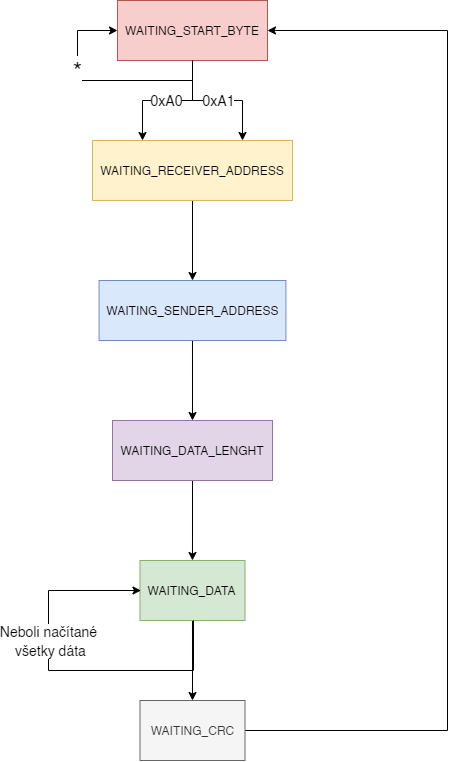
Before: doc/html/Stavovydiagram-Page-2.png, a diagram exported from draw.io (simcatko/Semestralna_praca_Vytah). Source tidied: cells renumbered, new cells last; positions are measured from the earlier drawing's top-left corner, leaving out a move shared by most shapes.
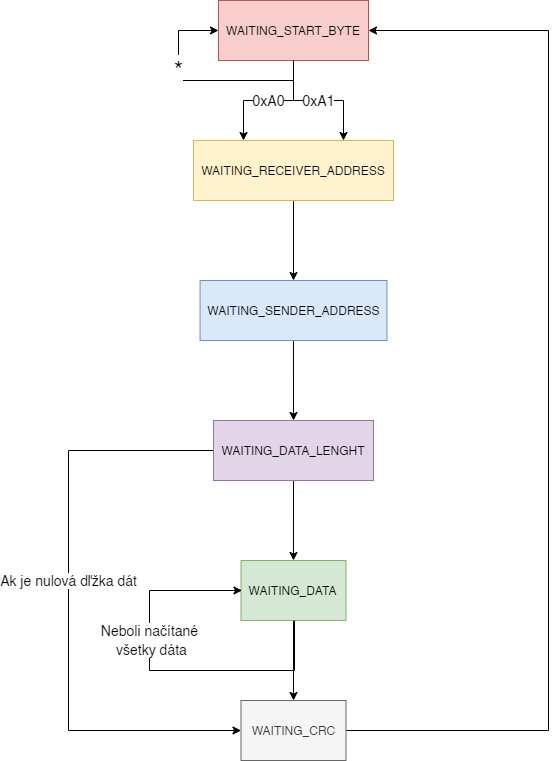
After the commit.

Commit message:
uprava diagramu

What changed in the source:
```diff
@@ -22,6 +22,14 @@
     <mxCell id="6" style="edgeStyle=orthogonalEdgeStyle;rounded=0;jettySize=auto;html=1;exitX=0.5;exitY=1;exitDx=0;exitDy=0;entryX=0.5;entryY=0;entryDx=0;entryDy=0;" parent="1" edge="1" source="7" target="12">
       <mxGeometry relative="1" as="geometry" />
     </mxCell>
+    <mxCell id="18" value="&lt;font style=&quot;font-size: 14px&quot;&gt;Ak je nulová dľžka dát&lt;/font&gt;" style="edgeStyle=orthogonalEdgeStyle;rounded=0;jettySize=auto;html=1;exitX=0;exitY=0.5;exitDx=0;exitDy=0;entryX=0;entryY=0.5;entryDx=0;entryDy=0;" parent="1" edge="1" source="7" target="5">
+      <mxGeometry x="-0.08" relative="1" as="geometry">
+        <Array as="points">
+          <mxPoint x="-81" y="450" />
+          <mxPoint x="-81" y="730" />
+        </Array>
+      </mxGeometry>
+    </mxCell>
     <mxCell id="7" value="WAITING_DATA_LENGHT" style="rounded=0;whiteSpace=wrap;html=1;fillColor=#e1d5e7;strokeColor=#9673a6;" parent="1" vertex="1">
       <mxGeometry x="64" y="420" width="160" height="60" as="geometry" />
     </mxCell>
```
